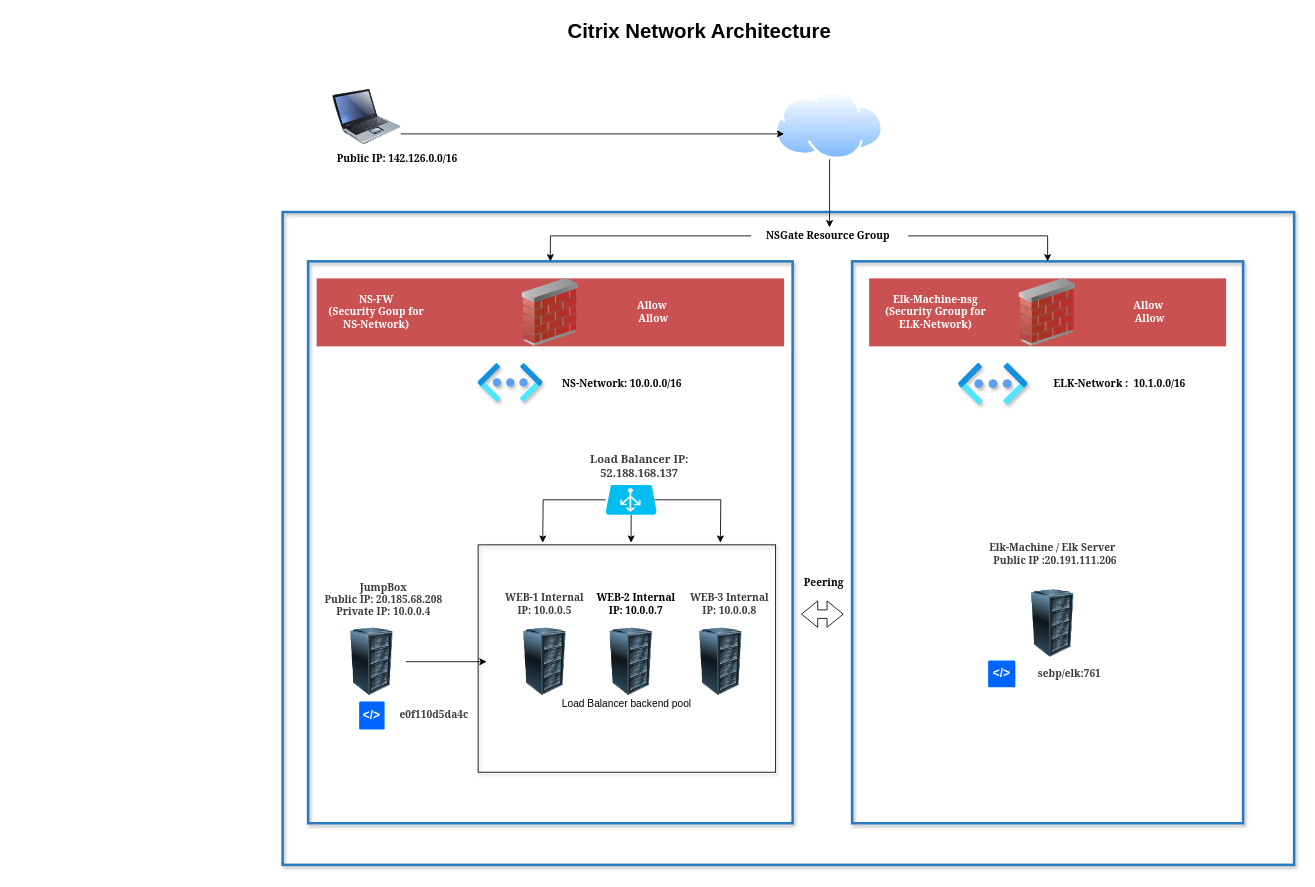
The draw.io diagram 3. Diagrams/NA-Network.drawio in afolletet/white-candle, before the edit. Source tidied: cells renumbered, new cells numbered last; positions are measured from the earlier drawing's top-left corner, leaving out a move shared by most shapes. Both pictures are drawn from the tidied source at 85%, with x=0, y=0 at pixel (282, 14).
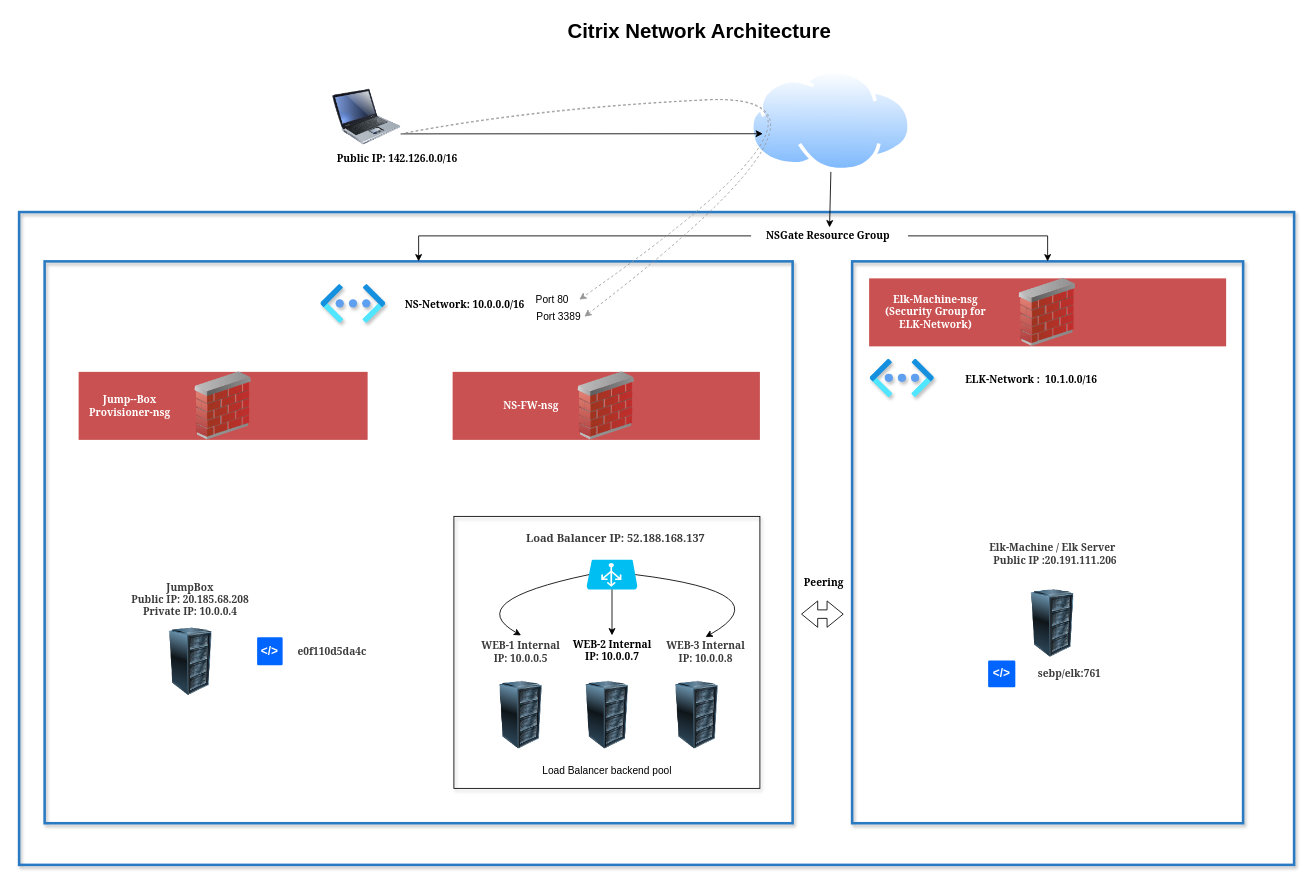
After the change.

The change refers to these unchanged cells:
```xml
<mxCell id="13" style="image;html=1;image=img/lib/clip_art/computers/Laptop_128x128.png;" parent="1" vertex="1">
  <mxGeometry x="59" y="80" width="80" height="80" as="geometry" />
</mxCell>
```

Diff of the diagram source:
```diff
@@
+    <mxCell id="4" style="rounded=0;whiteSpace=wrap;html=1;shadow=1;fillColor=none;strokeWidth=3;strokeColor=#297AC2;" parent="1" vertex="1">
+      <mxGeometry x="-280" y="290" width="880" height="661" as="geometry" />
+    </mxCell>
     <mxCell id="2" style="rounded=0;whiteSpace=wrap;html=1;shadow=1;fillColor=none;strokeWidth=3;strokeColor=#297AC2;" parent="1" vertex="1">
-      <mxGeometry y="232" width="1190" height="768" as="geometry" />
+      <mxGeometry x="-310" y="232" width="1500" height="768" as="geometry" />
     </mxCell>
     <mxCell id="3" style="rounded=0;whiteSpace=wrap;html=1;shadow=1;fillColor=none;" parent="1" vertex="1">
-      <mxGeometry x="230" y="623.5" width="350" height="267.5" as="geometry" />
+      <mxGeometry x="201.5" y="590" width="360" height="320" as="geometry" />
     </mxCell>
-    <mxCell id="4" style="rounded=0;whiteSpace=wrap;html=1;shadow=1;fillColor=none;strokeWidth=3;strokeColor=#297AC2;" parent="1" vertex="1">
-      <mxGeometry x="30" y="290" width="570" height="661" as="geometry" />
-    </mxCell>
@@
-    <mxCell id="7" style="edgeStyle=none;rounded=0;jettySize=auto;html=1;exitX=1;exitY=0.5;exitDx=0;exitDy=0;fontFamily=Georgia;fontColor=#FFFFFF;" parent="1" edge="1" source="8">
-      <mxGeometry relative="1" as="geometry">
-        <mxPoint x="240" y="761" as="targetPoint" />
-      </mxGeometry>
-    </mxCell>
     <mxCell id="8" style="image;html=1;image=img/lib/clip_art/computers/Server_Rack_128x128.png;" parent="1" vertex="1">
-      <mxGeometry x="65" y="721" width="80" height="80" as="geometry" />
+      <mxGeometry x="-148" y="721" width="80" height="80" as="geometry" />
     </mxCell>
     <mxCell id="9" style="image;html=1;image=img/lib/clip_art/networking/Firewall_02_128x128.png;imageBackground=#C95151;" parent="1" vertex="1">
-      <mxGeometry x="40" y="310" width="550" height="80" as="geometry" />
+      <mxGeometry x="200" y="420" width="361.5" height="80" as="geometry" />
     </mxCell>
@@
     <mxCell id="11" style="perimeter=ellipsePerimeter;html=1;align=center;shadow=0;dashed=0;spacingTop=3;image;image=img/lib/active_directory/internet_cloud.svg;" parent="1" vertex="1">
-      <mxGeometry x="580" y="90" width="127" height="80" as="geometry" />
+      <mxGeometry x="550" y="65" width="190" height="119.7" as="geometry" />
     </mxCell>
@@
     <mxCell id="15" style="html=1;align=center;image;fontSize=12;image=img/lib/azure2/networking/Virtual_Networks_Classic.svg;shadow=1;" parent="1" vertex="1">
-      <mxGeometry x="230" y="410.2" width="76.2" height="45.5" as="geometry" />
+      <mxGeometry x="45" y="317.2" width="76.2" height="45.5" as="geometry" />
     </mxCell>
     <mxCell id="16" style="html=1;align=center;image;fontSize=12;image=img/lib/azure2/networking/Virtual_Networks_Classic.svg;shadow=1;" parent="1" vertex="1">
-      <mxGeometry x="795.2" y="410" width="81.6" height="48.7" as="geometry" />
+      <mxGeometry x="691.2" y="405" width="75.4" height="45" as="geometry" />
     </mxCell>
@@
-    <mxCell id="19" value="JumpBox &lt;br&gt;Public IP: 20.185.68.208 Private IP: 10.0.0.4" style="text;html=1;strokeColor=none;fillColor=none;align=center;verticalAlign=middle;whiteSpace=wrap;rounded=0;shadow=1;fontStyle=1;fontFamily=Georgia;fontColor=#3B3B3B;" parent="1" vertex="1">
-      <mxGeometry x="30" y="678" width="178.1" height="20" as="geometry" />
+    <mxCell id="19" value="JumpBox &lt;br&gt;Public IP: 20.185.68.208 &lt;br&gt;Private IP: 10.0.0.4" style="text;html=1;strokeColor=none;fillColor=none;align=center;verticalAlign=middle;whiteSpace=wrap;rounded=0;shadow=1;fontStyle=1;fontFamily=Georgia;fontColor=#3B3B3B;" parent="1" vertex="1">
+      <mxGeometry x="-225.6" y="678" width="235.1" height="20" as="geometry" />
     </mxCell>
     <mxCell id="20" value="WEB-1 Internal IP: 10.0.0.5" style="text;html=1;strokeColor=none;fillColor=none;align=center;verticalAlign=middle;whiteSpace=wrap;rounded=0;shadow=1;fontStyle=1;fontFamily=Georgia;fontColor=#3B3B3B;" parent="1" vertex="1">
-      <mxGeometry x="259" y="683" width="99" height="20" as="geometry" />
+      <mxGeometry x="231" y="730" width="99" height="40" as="geometry" />
     </mxCell>
     <mxCell id="21" value="WEB-2 Internal IP: 10.0.0.7" style="text;html=1;strokeColor=none;fillColor=none;align=center;verticalAlign=middle;whiteSpace=wrap;rounded=0;shadow=1;fontStyle=1;fontFamily=Georgia;" parent="1" vertex="1">
-      <mxGeometry x="365.5" y="683" width="100" height="20" as="geometry" />
+      <mxGeometry x="337.5" y="730" width="100" height="36" as="geometry" />
     </mxCell>
     <mxCell id="22" style="image;html=1;image=img/lib/clip_art/computers/Server_Rack_128x128.png;" parent="1" vertex="1">
-      <mxGeometry x="475.5" y="721" width="80" height="80" as="geometry" />
+      <mxGeometry x="447.5" y="784" width="80" height="80" as="geometry" />
     </mxCell>
     <mxCell id="23" value="WEB-3 Internal IP: 10.0.0.8" style="text;html=1;strokeColor=none;fillColor=none;align=center;verticalAlign=middle;whiteSpace=wrap;rounded=0;shadow=1;fontStyle=1;fontFamily=Georgia;fontColor=#3B3B3B;" parent="1" vertex="1">
-      <mxGeometry x="475.5" y="683" width="100" height="20" as="geometry" />
+      <mxGeometry x="447.5" y="732" width="100" height="36" as="geometry" />
     </mxCell>
@@
     <mxCell id="27" value="&amp;lt;/&amp;gt;" style="rounded=1;arcSize=5;fillColor=#0065FF;strokeColor=none;fontColor=#ffffff;align=center;verticalAlign=middle;whiteSpace=wrap;fontSize=14;fontStyle=1;html=1;" parent="1" vertex="1">
-      <mxGeometry x="90" y="807.8" width="30" height="33" as="geometry" />
+      <mxGeometry x="-30" y="732.2" width="30" height="33" as="geometry" />
     </mxCell>
     <mxCell id="28" value="e0f110d5da4c&amp;nbsp;" style="text;html=1;strokeColor=none;fillColor=none;align=center;verticalAlign=middle;whiteSpace=wrap;rounded=0;fontStyle=1;fontFamily=Georgia;fontColor=#3B3B3B;" parent="1" vertex="1">
-      <mxGeometry x="160" y="809.2" width="40" height="30" as="geometry" />
+      <mxGeometry x="40" y="733.8" width="40" height="30" as="geometry" />
     </mxCell>
     <mxCell id="29" value="NS-Network: 10.0.0.0/16" style="text;html=1;strokeColor=none;fillColor=none;align=center;verticalAlign=middle;whiteSpace=wrap;rounded=0;fontFamily=Georgia;fontStyle=1;" parent="1" vertex="1">
-      <mxGeometry x="300" y="424.4" width="199" height="20" as="geometry" />
+      <mxGeometry x="115" y="331.4" width="199" height="20" as="geometry" />
     </mxCell>
     <mxCell id="30" value="ELK-Network :&amp;nbsp; 10.1.0.0/16" style="text;html=1;strokeColor=none;fillColor=none;align=center;verticalAlign=middle;whiteSpace=wrap;rounded=0;fontFamily=Georgia;fontStyle=1;" parent="1" vertex="1">
-      <mxGeometry x="890" y="424.4" width="190" height="20" as="geometry" />
+      <mxGeometry x="786" y="419.4" width="190" height="20" as="geometry" />
     </mxCell>
@@
-    <mxCell id="33" style="edgeStyle=orthogonalEdgeStyle;rounded=0;jettySize=auto;html=1;" parent="1" edge="1" source="35">
-      <mxGeometry relative="1" as="geometry">
-        <mxPoint x="306" y="621" as="targetPoint" />
-      </mxGeometry>
-    </mxCell>
-    <mxCell id="34" style="edgeStyle=none;rounded=0;jettySize=auto;html=1;exitX=0.5;exitY=1;exitDx=0;exitDy=0;exitPerimeter=0;" parent="1" edge="1" source="35">
-      <mxGeometry relative="1" as="geometry">
-        <mxPoint x="410" y="621" as="targetPoint" />
-      </mxGeometry>
-    </mxCell>
     <mxCell id="35" style="verticalLabelPosition=bottom;html=1;verticalAlign=top;align=center;strokeColor=none;fillColor=#00BEF2;shape=mxgraph.azure.azure_load_balancer;" parent="1" vertex="1">
-      <mxGeometry x="380" y="553" width="60" height="35" as="geometry" />
+      <mxGeometry x="357.5" y="641" width="60" height="35" as="geometry" />
     </mxCell>
     <mxCell id="36" value="Load Balancer backend pool" style="text;html=1;strokeColor=none;fillColor=none;align=center;verticalAlign=middle;whiteSpace=wrap;rounded=0;shadow=1;" parent="1" vertex="1">
-      <mxGeometry x="320" y="801" width="170" height="20" as="geometry" />
+      <mxGeometry x="297" y="880" width="170" height="20" as="geometry" />
     </mxCell>
     <mxCell id="37" value="&lt;span style=&quot;font-size: 13px; text-align: left; background-color: rgb(255, 255, 255);&quot;&gt;Load Balancer IP: 52.188.168.137&lt;/span&gt;" style="text;html=1;strokeColor=none;fillColor=none;align=center;verticalAlign=middle;whiteSpace=wrap;rounded=0;shadow=1;fontStyle=1;fontFamily=Georgia;fontColor=#3B3B3B;" parent="1" vertex="1">
-      <mxGeometry x="350" y="521" width="140" height="20" as="geometry" />
+      <mxGeometry x="231.5" y="604" width="320" height="24" as="geometry" />
     </mxCell>
-    <mxCell id="38" value="NS-FW &lt;br&gt;(Security Goup for NS-Network)" style="text;html=1;strokeColor=none;fillColor=none;align=center;verticalAlign=middle;whiteSpace=wrap;rounded=0;shadow=1;fontStyle=1;fontFamily=Georgia;fontColor=#FFFFFF;" parent="1" vertex="1">
-      <mxGeometry x="50" y="340" width="121" height="20" as="geometry" />
+    <mxCell id="38" value="NS-FW-nsg" style="text;html=1;strokeColor=none;fillColor=none;align=center;verticalAlign=middle;whiteSpace=wrap;rounded=0;shadow=1;fontStyle=1;fontFamily=Georgia;fontColor=#FFFFFF;" parent="1" vertex="1">
+      <mxGeometry x="231.5" y="450" width="121" height="20" as="geometry" />
     </mxCell>
@@
-    <mxCell id="42" style="edgeStyle=orthogonalEdgeStyle;rounded=0;jettySize=auto;html=1;exitX=0.955;exitY=0.5;exitDx=0;exitDy=0;exitPerimeter=0;" parent="1" edge="1" source="35">
-      <mxGeometry relative="1" as="geometry">
-        <mxPoint x="515" y="621" as="targetPoint" />
-      </mxGeometry>
-    </mxCell>
     <mxCell id="43" style="image;html=1;image=img/lib/clip_art/computers/Server_Rack_128x128.png;" parent="1" vertex="1">
-      <mxGeometry x="268.5" y="721" width="80" height="80" as="geometry" />
+      <mxGeometry x="240.5" y="784" width="80" height="80" as="geometry" />
     </mxCell>
     <mxCell id="44" style="image;html=1;image=img/lib/clip_art/computers/Server_Rack_128x128.png;" parent="1" vertex="1">
-      <mxGeometry x="370" y="721" width="80" height="80" as="geometry" />
+      <mxGeometry x="342" y="784" width="80" height="80" as="geometry" />
     </mxCell>
@@
-    <mxCell id="46" value="Allow&amp;nbsp;&lt;br&gt;Allow" style="text;html=1;strokeColor=none;fillColor=none;align=center;verticalAlign=middle;whiteSpace=wrap;rounded=0;shadow=1;fontStyle=1;fontFamily=Georgia;fontColor=#FFFFFF;" parent="1" vertex="1">
-      <mxGeometry x="376" y="330" width="121" height="40" as="geometry" />
-    </mxCell>
-    <mxCell id="47" value="Allow&amp;nbsp;&lt;br&gt;Allow" style="text;html=1;strokeColor=none;fillColor=none;align=center;verticalAlign=middle;whiteSpace=wrap;rounded=0;shadow=1;fontStyle=1;fontFamily=Georgia;fontColor=#FFFFFF;" parent="1" vertex="1">
-      <mxGeometry x="960" y="330" width="121" height="40" as="geometry" />
-    </mxCell>
+    <mxCell id="48" style="curved=1;endArrow=classic;html=1;exitX=1;exitY=0.75;exitDx=0;exitDy=0;entryX=1;entryY=0.5;entryDx=0;entryDy=0;dashed=1;strokeColor=#969696;" parent="1" edge="1" source="13" target="49">
+      <mxGeometry relative="1" as="geometry">
+        <Array as="points">
+          <mxPoint x="290" y="110" />
+          <mxPoint x="700" y="90" />
+        </Array>
+      </mxGeometry>
+    </mxCell>
+    <mxCell id="49" value="Port 80" style="text;html=1;strokeColor=none;fillColor=none;align=center;verticalAlign=middle;whiteSpace=wrap;rounded=0;" parent="1" vertex="1">
+      <mxGeometry x="284.5" y="325" width="64.5" height="20" as="geometry" />
+    </mxCell>
+    <mxCell id="50" value="Port 3389" style="text;html=1;strokeColor=none;fillColor=none;align=center;verticalAlign=middle;whiteSpace=wrap;rounded=0;" parent="1" vertex="1">
+      <mxGeometry x="293.5" y="345" width="61.5" height="20" as="geometry" />
+    </mxCell>
+    <mxCell id="51" style="curved=1;endArrow=classic;html=1;exitX=1;exitY=0.75;exitDx=0;exitDy=0;entryX=1;entryY=0.5;entryDx=0;entryDy=0;strokeColor=#969696;dashed=1;" parent="1" edge="1" source="13" target="50">
+      <mxGeometry relative="1" as="geometry">
+        <Array as="points">
+          <mxPoint x="300" y="110" />
+          <mxPoint x="700" y="90" />
+        </Array>
+      </mxGeometry>
+    </mxCell>
+    <mxCell id="52" style="image;html=1;image=img/lib/clip_art/networking/Firewall_02_128x128.png;imageBackground=#C95151;" parent="1" vertex="1">
+      <mxGeometry x="-240" y="420" width="340" height="80" as="geometry" />
+    </mxCell>
+    <mxCell id="53" value="Jump--Box Provisioner-nsg" style="text;html=1;strokeColor=none;fillColor=none;align=center;verticalAlign=middle;whiteSpace=wrap;rounded=0;shadow=1;fontStyle=1;fontFamily=Georgia;fontColor=#FFFFFF;" parent="1" vertex="1">
+      <mxGeometry x="-240" y="450" width="121" height="20" as="geometry" />
+    </mxCell>
+    <mxCell id="54" style="curved=1;endArrow=classic;html=1;exitX=0.05;exitY=0.5;exitDx=0;exitDy=0;entryX=0.5;entryY=0;entryDx=0;entryDy=0;exitPerimeter=0;" parent="1" edge="1" source="35" target="20">
+      <mxGeometry relative="1" as="geometry">
+        <Array as="points">
+          <mxPoint x="210" y="690" />
+        </Array>
+      </mxGeometry>
+    </mxCell>
+    <mxCell id="55" style="curved=1;endArrow=classic;html=1;exitX=0.955;exitY=0.5;exitDx=0;exitDy=0;entryX=0.5;entryY=0;entryDx=0;entryDy=0;exitPerimeter=0;" parent="1" edge="1" source="35" target="23">
+      <mxGeometry relative="1" as="geometry">
+        <Array as="points">
+          <mxPoint x="590" y="680" />
+        </Array>
+      </mxGeometry>
+    </mxCell>
+    <mxCell id="56" style="edgeStyle=none;rounded=0;jettySize=auto;html=1;fontFamily=Georgia;fontColor=#FFFFFF;entryX=0.5;entryY=0;entryDx=0;entryDy=0;exitX=0.5;exitY=1;exitDx=0;exitDy=0;exitPerimeter=0;" parent="1" edge="1" source="35">
+      <mxGeometry relative="1" as="geometry">
+        <mxPoint x="387.5" y="730" as="targetPoint" />
+      </mxGeometry>
+    </mxCell>
```
